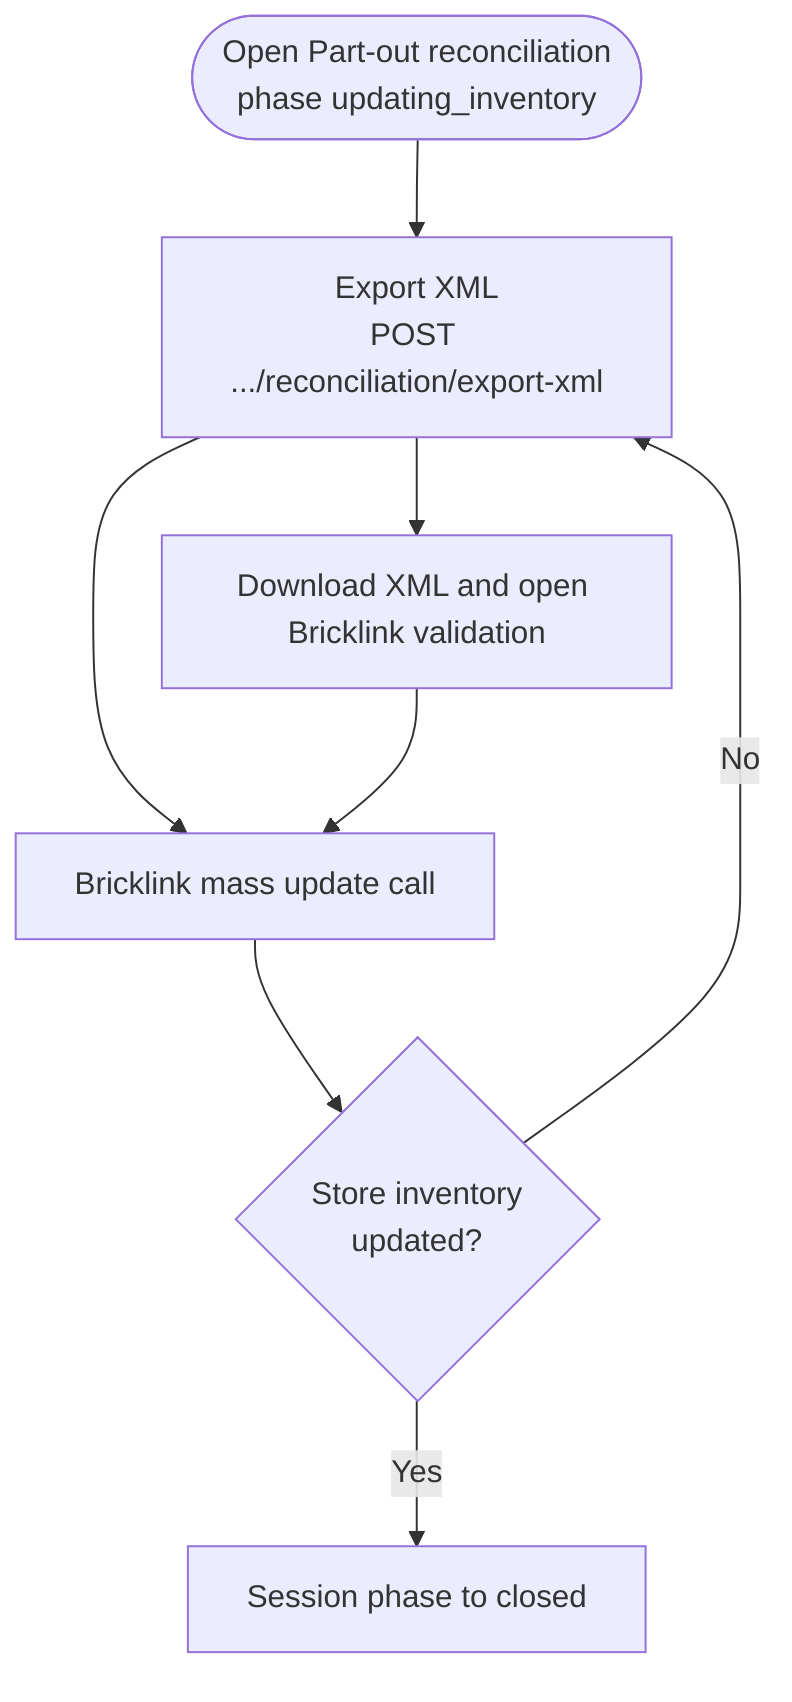
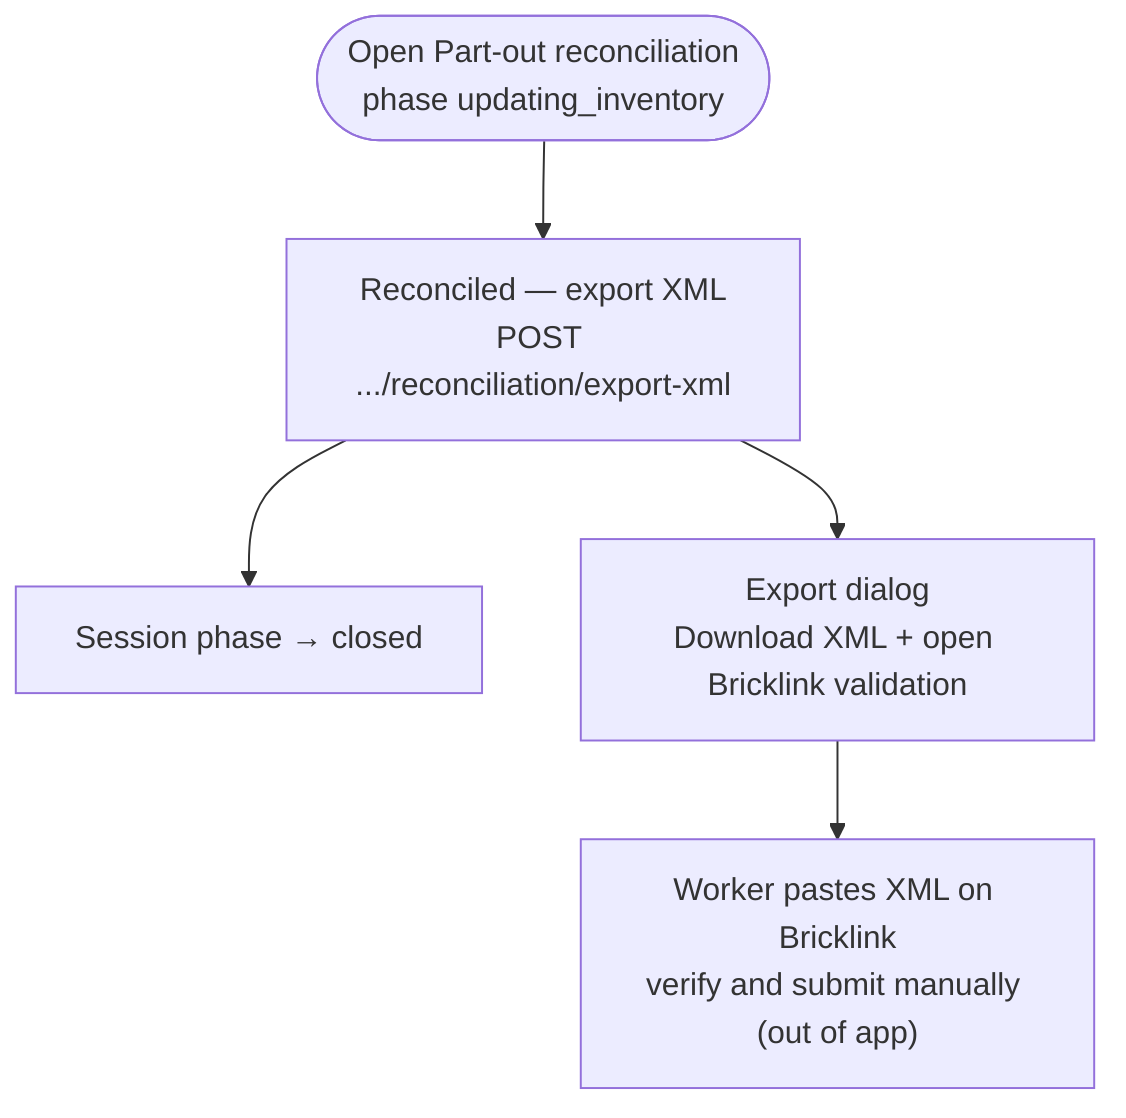
%% Update store inventory — worker actions within updating_inventory phase
%% Source: docs/view-specs/part-out-reconciliation.md (export actions)
%% Follows organizing complete; precedes session closed.
+ %% Phase → closed on export API success; Bricklink verify/submit is manual outside the app.

flowchart TD
    enter(["Open Part-out reconciliation<br>phase updating_inventory"])

-     enter --> export["Export XML<br>POST .../reconciliation/export-xml"]
+     enter --> export["Reconciled — export XML<br>POST .../reconciliation/export-xml"]

-     export --> dialog["Download XML and open Bricklink validation"]
-     export --> massUpdate["Bricklink mass update call"]
+     export --> closed["Session phase → closed"]
+     export --> dialog["Export dialog<br>Download XML + open Bricklink validation"]

-     massUpdate --> success{"Store inventory<br>updated?"}
-     success -->|No| export
-     success -->|Yes| closed["Session phase to closed"]
- 
-     dialog --> massUpdate
+     dialog --> manual["Worker pastes XML on Bricklink<br>verify and submit manually (out of app)"]
